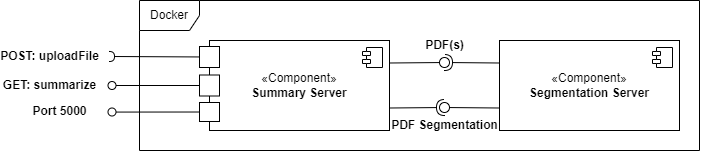
Earlier version of the draw.io export documents/thesis/pic/component-diagram-shorten.png (Z3n0n3005/Report-Generation). Source tidied: cells renumbered, new cells last; positions are measured from the earlier drawing's top-left corner, leaving out a move shared by most shapes.
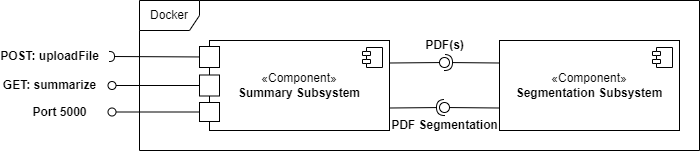
The same diagram one commit later.

Diff of the diagram source:
```diff
@@ -5,7 +5,7 @@
     <mxCell id="2" value="Docker" style="shape=umlFrame;whiteSpace=wrap;html=1;" parent="1" vertex="1">
       <mxGeometry x="130" width="560" height="150" as="geometry" />
     </mxCell>
-    <mxCell id="3" value="«Component»&lt;br&gt;&lt;b&gt;Summary Server&lt;/b&gt;" style="html=1;whiteSpace=wrap;" parent="1" vertex="1">
+    <mxCell id="3" value="«Component»&lt;br&gt;&lt;b&gt;Summary Subsystem&lt;/b&gt;" style="html=1;whiteSpace=wrap;" parent="1" vertex="1">
       <mxGeometry x="200" y="40" width="180" height="90" as="geometry" />
     </mxCell>
     <mxCell id="4" style="shape=module;jettyWidth=8;jettyHeight=4;" parent="3" vertex="1">
@@ -13,7 +13,7 @@
         <mxPoint x="-27" y="7" as="offset" />
       </mxGeometry>
     </mxCell>
-    <mxCell id="5" value="«Component»&lt;br&gt;&lt;b&gt;Segmentation Server&lt;/b&gt;" style="html=1;whiteSpace=wrap;" parent="1" vertex="1">
+    <mxCell id="5" value="«Component»&lt;br&gt;&lt;b&gt;Segmentation Subsystem&lt;/b&gt;" style="html=1;whiteSpace=wrap;" parent="1" vertex="1">
       <mxGeometry x="490" y="40" width="180" height="90" as="geometry" />
     </mxCell>
     <mxCell id="6" style="shape=module;jettyWidth=8;jettyHeight=4;" parent="5" vertex="1">
```
